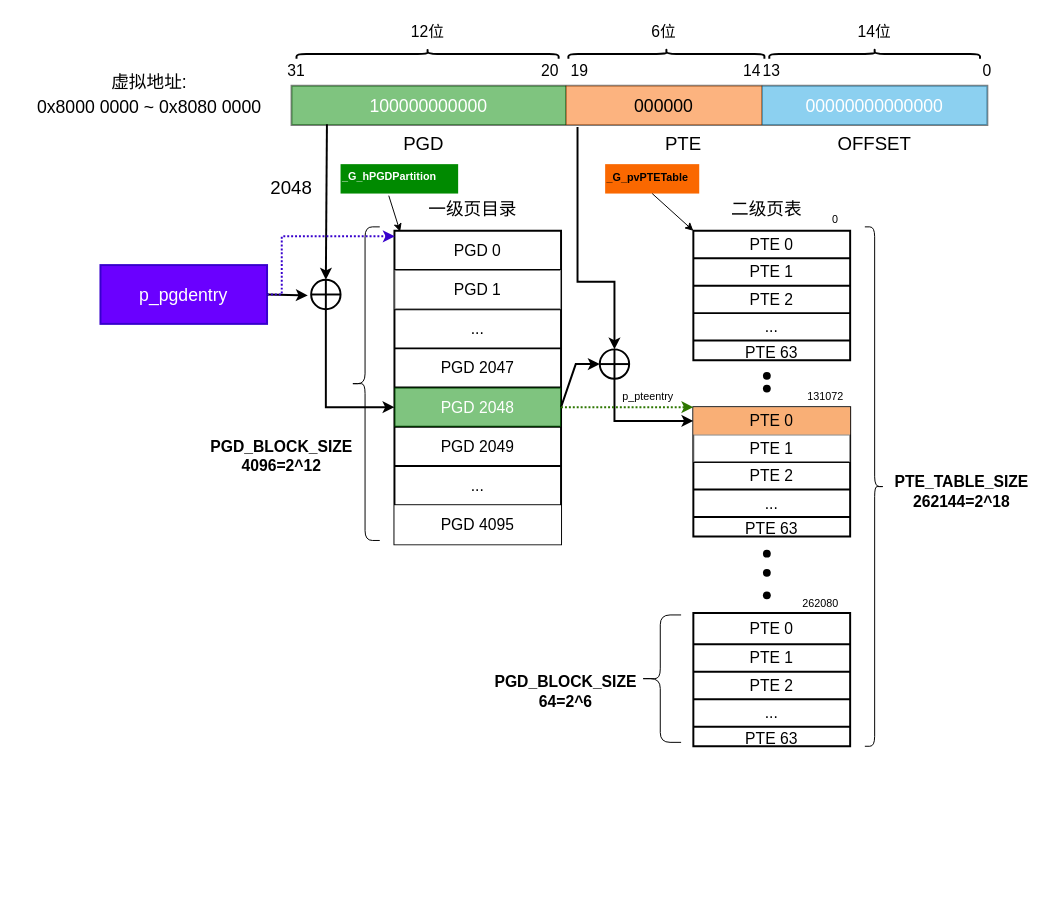
The draw.io diagram page "Page-21" (21 of 21) of draw/mips中断亲和度.drawio in peng-fan/drawio, before the edit. Source tidied: cells renumbered, new cells numbered last; positions are measured from the earlier drawing's top-left corner, leaving out a move shared by most shapes. Both pictures are drawn from the tidied source at 98%, with x=0, y=0 at pixel (17, -77).
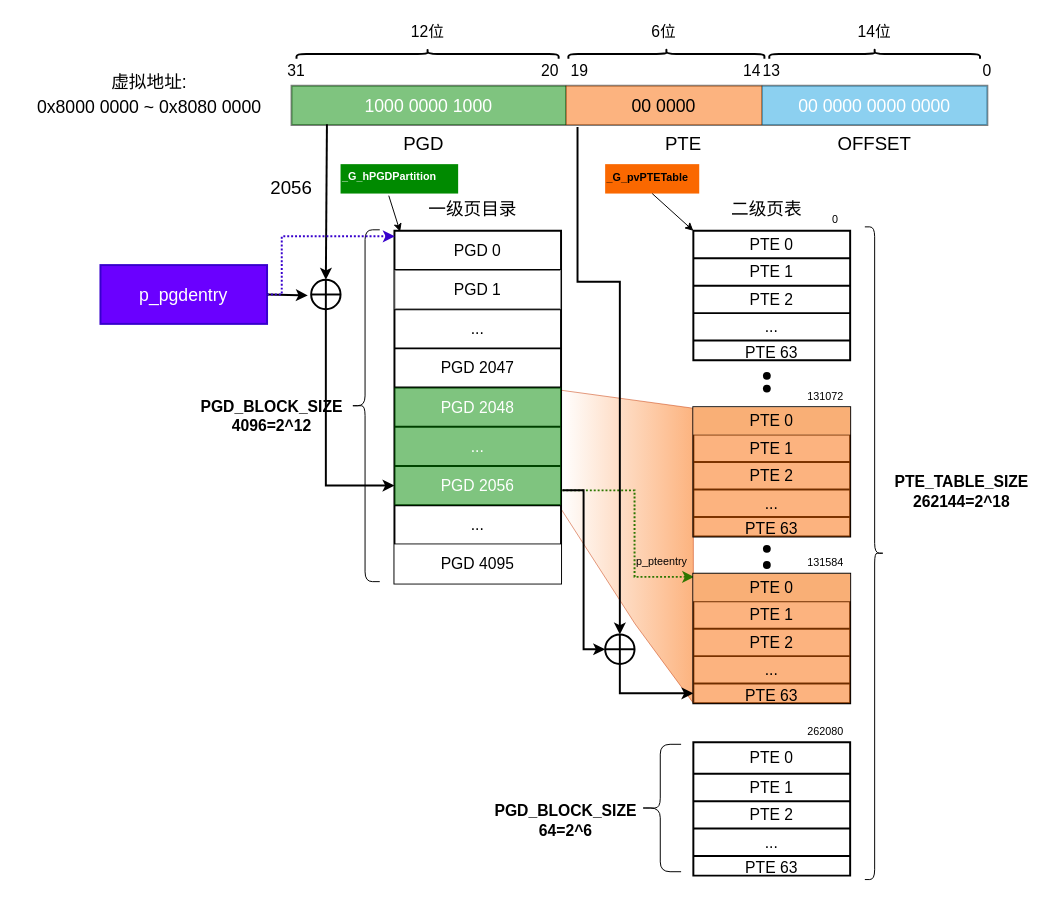
The same page after the edit.

Commit message (it also covers changes not shown here):
Update mips中断亲和度.drawio

The change refers to these unchanged cells:
```xml
<mxCell id="3" style="shape=partialRectangle;fillColor=none;top=0;left=0;bottom=0;right=0;points=[[0,0.5],[1,0.5]];portConstraint=eastwest;fontSize=20;strokeColor=default;strokeWidth=2;align=center;opacity=50;" parent="2" vertex="1">
  <mxGeometry width="710" height="40" as="geometry" />
</mxCell>
<mxCell id="31" style="shape=partialRectangle;fillColor=none;top=0;left=0;bottom=0;right=0;points=[[0,0.5],[1,0.5]];portConstraint=eastwest;fontSize=16;strokeColor=default;strokeWidth=2;align=center;" parent="22" vertex="1">
  <mxGeometry y="160" width="170" height="40" as="geometry" />
</mxCell>
<mxCell id="41" style="shape=orEllipse;perimeter=ellipsePerimeter;whiteSpace=wrap;html=1;backgroundOutline=1;fontSize=16;strokeColor=default;strokeWidth=2;fillColor=none;gradientColor=none;align=center;" parent="1" vertex="1">
  <mxGeometry x="300" y="364" width="30" height="30" as="geometry" />
</mxCell>
<mxCell id="62" style="shape=table;startSize=0;childLayout=tableLayout;fontSize=16;strokeColor=default;strokeWidth=2;fillColor=none;gradientColor=none;align=center;" parent="1" vertex="1">
  <mxGeometry x="690" y="494" width="160" height="132" as="geometry" />
</mxCell>
<mxCell id="63" style="shape=partialRectangle;top=0;left=0;bottom=0;right=0;points=[[0,0.5],[1,0.5]];portConstraint=eastwest;fontSize=16;strokeWidth=2;align=center;fillColor=#f9f7ed;strokeColor=#36393d;" parent="62" vertex="1">
  <mxGeometry width="160" height="28" as="geometry" />
</mxCell>
<mxCell id="65" style="shape=partialRectangle;fillColor=none;top=0;left=0;bottom=0;right=0;fontSize=16;strokeColor=default;strokeWidth=2;align=center;" parent="62" vertex="1">
  <mxGeometry y="28" width="160" height="28" as="geometry" />
</mxCell>
<mxCell id="69" style="shape=partialRectangle;fillColor=none;top=0;left=0;bottom=0;right=0;fontSize=16;strokeColor=default;strokeWidth=2;align=center;" parent="62" vertex="1">
  <mxGeometry y="84" width="160" height="28" as="geometry" />
</mxCell>
```

The edit, as a diff of the source:
```diff
@@
+    <mxCell id="106" style="verticalLabelPosition=bottom;verticalAlign=top;html=1;shape=mxgraph.basic.polygon;polyCoords=[[0,0.13],[0,0.13],[1,0.18],[1,0.75],[1,1],[0.56,0.78],[0,0.46],[0,0.25]];polyline=0;fontSize=11;strokeWidth=1;fillColor=#fa6800;fontColor=#000000;strokeColor=#C73500;gradientDirection=west;opacity=50;gradientColor=#ffffff;" parent="1" vertex="1">
+      <mxGeometry x="555" y="429" width="135" height="367" as="geometry" />
+    </mxCell>
@@
-    <mxCell id="4" value="&lt;font style=&quot;font-size: 18px&quot;&gt;100000000000&lt;/font&gt;" style="shape=partialRectangle;html=1;whiteSpace=wrap;overflow=hidden;fillColor=#008a00;top=0;left=0;bottom=0;right=0;fontSize=20;strokeColor=#005700;strokeWidth=2;align=center;opacity=50;fontColor=#ffffff;" parent="3" vertex="1">
+    <mxCell id="4" value="&lt;font style=&quot;font-size: 18px&quot;&gt;1000 0000 1000&lt;/font&gt;" style="shape=partialRectangle;html=1;whiteSpace=wrap;overflow=hidden;fillColor=#008a00;top=0;left=0;bottom=0;right=0;fontSize=20;strokeColor=#005700;strokeWidth=2;align=center;opacity=50;fontColor=#ffffff;" parent="3" vertex="1">
       <mxGeometry width="280" height="40" as="geometry" />
     </mxCell>
-    <mxCell id="5" value="&lt;font style=&quot;font-size: 18px&quot;&gt;000000&lt;/font&gt;" style="shape=partialRectangle;html=1;whiteSpace=wrap;overflow=hidden;fillColor=#fa6800;top=0;left=0;bottom=0;right=0;fontSize=20;strokeColor=#C73500;strokeWidth=2;align=center;opacity=50;fontColor=#000000;" parent="3" vertex="1">
+    <mxCell id="5" value="&lt;font style=&quot;font-size: 18px&quot;&gt;00 0000&lt;/font&gt;" style="shape=partialRectangle;html=1;whiteSpace=wrap;overflow=hidden;fillColor=#fa6800;top=0;left=0;bottom=0;right=0;fontSize=20;strokeColor=#C73500;strokeWidth=2;align=center;opacity=50;fontColor=#000000;" parent="3" vertex="1">
       <mxGeometry x="280" width="200" height="40" as="geometry" />
     </mxCell>
-    <mxCell id="6" value="&lt;font style=&quot;font-size: 18px&quot;&gt;00000000000000&lt;/font&gt;" style="shape=partialRectangle;html=1;whiteSpace=wrap;overflow=hidden;fillColor=#1ba1e2;top=0;left=0;bottom=0;right=0;fontSize=20;strokeColor=#006EAF;strokeWidth=2;align=center;opacity=50;fontColor=#ffffff;" parent="3" vertex="1">
+    <mxCell id="6" value="&lt;font style=&quot;font-size: 18px&quot;&gt;00 0000 0000 0000&lt;/font&gt;" style="shape=partialRectangle;html=1;whiteSpace=wrap;overflow=hidden;fillColor=#1ba1e2;top=0;left=0;bottom=0;right=0;fontSize=20;strokeColor=#006EAF;strokeWidth=2;align=center;opacity=50;fontColor=#ffffff;" parent="3" vertex="1">
       <mxGeometry x="480" width="230" height="40" as="geometry" />
     </mxCell>
@@
     <mxCell id="22" style="shape=table;startSize=0;childLayout=tableLayout;fontSize=16;strokeColor=default;strokeWidth=2;fillColor=default;align=center;swimlaneFillColor=none;" parent="1" vertex="1">
-      <mxGeometry x="385" y="314" width="170" height="320" as="geometry" />
+      <mxGeometry x="385" y="314" width="170" height="360" as="geometry" />
     </mxCell>
@@
+    <mxCell id="107" style="shape=partialRectangle;fillColor=none;top=0;left=0;bottom=0;right=0;fontSize=16;strokeColor=default;strokeWidth=2;align=center;" parent="22" vertex="1">
+      <mxGeometry y="200" width="170" height="40" as="geometry" />
+    </mxCell>
+    <mxCell id="108" value="&lt;span&gt;...&lt;/span&gt;" style="shape=partialRectangle;html=1;whiteSpace=wrap;overflow=hidden;fillColor=#008a00;top=0;left=0;bottom=0;right=0;fontSize=16;strokeColor=#005700;strokeWidth=2;align=center;fontColor=#ffffff;opacity=50;" parent="107" vertex="1">
+      <mxGeometry width="170" height="40" as="geometry" />
+    </mxCell>
     <mxCell id="33" style="shape=partialRectangle;fillColor=none;top=0;left=0;bottom=0;right=0;points=[[0,0.5],[1,0.5]];portConstraint=eastwest;fontSize=16;strokeColor=default;strokeWidth=2;align=center;" parent="22" vertex="1">
-      <mxGeometry y="200" width="170" height="40" as="geometry" />
+      <mxGeometry y="240" width="170" height="40" as="geometry" />
     </mxCell>
-    <mxCell id="34" value="PGD 2049" style="shape=partialRectangle;html=1;whiteSpace=wrap;overflow=hidden;fillColor=none;top=0;left=0;bottom=0;right=0;fontSize=16;strokeColor=default;strokeWidth=2;align=center;" parent="33" vertex="1">
+    <mxCell id="34" value="PGD 2056" style="shape=partialRectangle;html=1;whiteSpace=wrap;overflow=hidden;fillColor=#008a00;top=0;left=0;bottom=0;right=0;fontSize=16;strokeColor=#005700;strokeWidth=2;align=center;fontColor=#ffffff;opacity=50;" parent="33" vertex="1">
       <mxGeometry width="170" height="40" as="geometry" />
     </mxCell>
     <mxCell id="35" style="shape=partialRectangle;fillColor=none;top=0;left=0;bottom=0;right=0;fontSize=16;strokeColor=default;strokeWidth=2;align=center;" parent="22" vertex="1">
-      <mxGeometry y="240" width="170" height="40" as="geometry" />
+      <mxGeometry y="280" width="170" height="40" as="geometry" />
     </mxCell>
@@
     <mxCell id="37" style="shape=partialRectangle;fillColor=none;top=0;left=0;bottom=0;right=0;fontSize=16;strokeColor=default;strokeWidth=2;align=center;" parent="22" vertex="1">
-      <mxGeometry y="280" width="170" height="40" as="geometry" />
+      <mxGeometry y="320" width="170" height="40" as="geometry" />
     </mxCell>
@@
     <mxCell id="39" style="shape=curlyBracket;whiteSpace=wrap;html=1;rounded=1;fontSize=16;strokeColor=default;strokeWidth=1;fillColor=none;gradientColor=none;align=center;size=0.5;" parent="1" vertex="1">
-      <mxGeometry x="340" y="310" width="30" height="320" as="geometry" />
+      <mxGeometry x="340" y="313" width="30" height="359" as="geometry" />
     </mxCell>
     <mxCell id="40" value="&lt;b&gt;PGD_BLOCK_SIZE&lt;br&gt;4096=2^12&lt;/b&gt;" style="text;html=1;strokeColor=none;fillColor=none;align=center;verticalAlign=middle;whiteSpace=wrap;rounded=0;fontSize=16;" parent="1" vertex="1">
-      <mxGeometry x="200" y="522.5" width="140" height="42" as="geometry" />
+      <mxGeometry x="190" y="482" width="140" height="42" as="geometry" />
     </mxCell>
@@
-    <mxCell id="44" style="endArrow=classic;html=1;rounded=0;fontSize=16;strokeWidth=2;exitX=0.5;exitY=1;exitDx=0;exitDy=0;entryX=0;entryY=0.5;entryDx=0;entryDy=0;" parent="1" edge="1" source="41" target="31">
+    <mxCell id="44" style="endArrow=classic;html=1;rounded=0;fontSize=16;strokeWidth=2;exitX=0.5;exitY=1;exitDx=0;exitDy=0;entryX=0;entryY=0.5;entryDx=0;entryDy=0;" parent="1" edge="1" source="41" target="33">
       <mxGeometry relative="1" as="geometry">
         <Array as="points">
-          <mxPoint x="315" y="494" />
+          <mxPoint x="315" y="574" />
         </Array>
       </mxGeometry>
     </mxCell>
@@
-    <mxCell id="49" value="2048" style="text;html=1;strokeColor=none;fillColor=none;align=center;verticalAlign=middle;whiteSpace=wrap;rounded=0;fontSize=19;" parent="1" vertex="1">
+    <mxCell id="49" value="2056" style="text;html=1;strokeColor=none;fillColor=none;align=center;verticalAlign=middle;whiteSpace=wrap;rounded=0;fontSize=19;" parent="1" vertex="1">
       <mxGeometry x="250" y="256" width="60" height="30" as="geometry" />
     </mxCell>
@@
-    <mxCell id="66" value="&lt;span&gt;PTE 1&lt;/span&gt;" style="shape=partialRectangle;html=1;whiteSpace=wrap;overflow=hidden;top=0;left=0;bottom=0;right=0;fontSize=16;strokeWidth=2;align=center;opacity=50;" parent="65" vertex="1">
+    <mxCell id="66" value="&lt;span&gt;PTE 1&lt;/span&gt;" style="shape=partialRectangle;html=1;whiteSpace=wrap;overflow=hidden;top=0;left=0;bottom=0;right=0;fontSize=16;strokeWidth=2;align=center;opacity=50;fillColor=#fa6800;fontColor=#000000;strokeColor=#C73500;" parent="65" vertex="1">
       <mxGeometry width="160" height="28" as="geometry" />
     </mxCell>
-    <mxCell id="67" style="shape=partialRectangle;fillColor=none;top=0;left=0;bottom=0;right=0;fontSize=16;strokeColor=default;strokeWidth=2;align=center;" parent="62" vertex="1">
+    <mxCell id="67" style="shape=partialRectangle;fillColor=#fa6800;top=0;left=0;bottom=0;right=0;fontSize=16;strokeColor=#C73500;strokeWidth=2;align=center;fontColor=#000000;opacity=50;" parent="62" vertex="1">
       <mxGeometry y="56" width="160" height="28" as="geometry" />
     </mxCell>
@@
-    <mxCell id="70" value="..." style="shape=partialRectangle;html=1;whiteSpace=wrap;overflow=hidden;fillColor=none;top=0;left=0;bottom=0;right=0;fontSize=16;strokeColor=default;strokeWidth=2;align=center;" parent="69" vertex="1">
+    <mxCell id="70" value="..." style="shape=partialRectangle;html=1;whiteSpace=wrap;overflow=hidden;fillColor=#fa6800;top=0;left=0;bottom=0;right=0;fontSize=16;strokeColor=#C73500;strokeWidth=2;align=center;fontColor=#000000;opacity=50;" parent="69" vertex="1">
       <mxGeometry width="160" height="28" as="geometry" />
     </mxCell>
-    <mxCell id="71" style="shape=partialRectangle;fillColor=none;top=0;left=0;bottom=0;right=0;fontSize=16;strokeColor=default;strokeWidth=2;align=center;" parent="62" vertex="1">
+    <mxCell id="71" style="shape=partialRectangle;fillColor=#fa6800;top=0;left=0;bottom=0;right=0;fontSize=16;strokeColor=#C73500;strokeWidth=2;align=center;fontColor=#000000;opacity=50;" parent="62" vertex="1">
       <mxGeometry y="112" width="160" height="20" as="geometry" />
     </mxCell>
@@
     <mxCell id="73" style="shape=table;startSize=0;childLayout=tableLayout;fontSize=16;strokeWidth=2;align=center;gradientDirection=west;" parent="1" vertex="1">
-      <mxGeometry x="690" y="704" width="160" height="136" as="geometry" />
+      <mxGeometry x="690" y="836" width="160" height="136" as="geometry" />
     </mxCell>
@@
     <mxCell id="84" style="shape=waypoint;sketch=0;fillStyle=solid;size=6;fillColor=none;perimeter=centerPerimeter;fontSize=16;strokeColor=default;strokeWidth=2;align=center;" parent="1" vertex="1">
-      <mxGeometry x="745" y="623.5" width="40" height="40" as="geometry" />
+      <mxGeometry x="745" y="618.5" width="40" height="40" as="geometry" />
     </mxCell>
-    <mxCell id="85" style="shape=waypoint;sketch=0;fillStyle=solid;size=6;fillColor=none;perimeter=centerPerimeter;fontSize=16;strokeColor=default;strokeWidth=2;align=center;" parent="1" vertex="1">
-      <mxGeometry x="745" y="643" width="40" height="40" as="geometry" />
-    </mxCell>
     <mxCell id="86" style="shape=waypoint;sketch=0;fillStyle=solid;size=6;fillColor=none;perimeter=centerPerimeter;fontSize=16;strokeColor=default;strokeWidth=2;align=center;" parent="1" vertex="1">
-      <mxGeometry x="745" y="666" width="40" height="40" as="geometry" />
+      <mxGeometry x="745" y="635" width="40" height="40" as="geometry" />
     </mxCell>
     <mxCell id="87" style="shape=curlyBracket;whiteSpace=wrap;html=1;rounded=1;flipH=1;fontSize=16;strokeColor=default;strokeWidth=1;fillColor=none;gradientColor=none;align=center;rotation=-180;" parent="1" vertex="1">
-      <mxGeometry x="635" y="706" width="42.5" height="130" as="geometry" />
+      <mxGeometry x="635" y="838" width="42.5" height="130" as="geometry" />
     </mxCell>
     <mxCell id="88" style="shape=curlyBracket;whiteSpace=wrap;html=1;rounded=1;flipH=1;fontSize=16;strokeColor=default;strokeWidth=1;fillColor=none;gradientColor=none;align=center;" parent="1" vertex="1">
-      <mxGeometry x="865" y="310" width="20" height="530" as="geometry" />
+      <mxGeometry x="865" y="310" width="20" height="666" as="geometry" />
     </mxCell>
@@
     <mxCell id="90" value="&lt;b&gt;PGD_BLOCK_SIZE&lt;br&gt;64=2^6&lt;/b&gt;" style="text;html=1;strokeColor=none;fillColor=none;align=center;verticalAlign=middle;whiteSpace=wrap;rounded=0;fontSize=16;" parent="1" vertex="1">
-      <mxGeometry x="490" y="769" width="140" height="30" as="geometry" />
+      <mxGeometry x="490" y="901" width="140" height="30" as="geometry" />
     </mxCell>
-    <mxCell id="91" style="edgeStyle=orthogonalEdgeStyle;rounded=0;jettySize=auto;html=1;exitX=0.5;exitY=1;exitDx=0;exitDy=0;entryX=0;entryY=0.5;entryDx=0;entryDy=0;fontSize=11;strokeWidth=2;" parent="1" edge="1" source="92" target="63">
+    <mxCell id="91" style="edgeStyle=orthogonalEdgeStyle;rounded=0;jettySize=auto;html=1;exitX=0.5;exitY=1;exitDx=0;exitDy=0;entryX=0;entryY=0.5;entryDx=0;entryDy=0;fontSize=11;strokeWidth=2;" parent="1" edge="1" source="92" target="118">
       <mxGeometry relative="1" as="geometry" />
     </mxCell>
     <mxCell id="92" style="shape=orEllipse;perimeter=ellipsePerimeter;whiteSpace=wrap;html=1;backgroundOutline=1;fontSize=16;strokeColor=default;strokeWidth=2;fillColor=none;gradientColor=none;align=center;" parent="1" vertex="1">
-      <mxGeometry x="594.5" y="435" width="30" height="30" as="geometry" />
+      <mxGeometry x="600" y="726" width="30" height="30" as="geometry" />
     </mxCell>
-    <mxCell id="93" style="endArrow=classic;html=1;rounded=0;fontSize=16;strokeWidth=2;entryX=0;entryY=0.5;entryDx=0;entryDy=0;exitX=1;exitY=0.5;exitDx=0;exitDy=0;" parent="1" edge="1" source="31" target="92">
-      <mxGeometry relative="1" as="geometry">
-        <Array as="points">
-          <mxPoint x="570" y="450" />
-        </Array>
-      </mxGeometry>
-    </mxCell>
-    <mxCell id="94" style="edgeStyle=elbowEdgeStyle;elbow=horizontal;endArrow=classic;html=1;rounded=0;dashed=1;dashPattern=1 1;fontSize=16;strokeWidth=2;entryX=0;entryY=0;entryDx=0;entryDy=0;fillColor=#60a917;strokeColor=#2D7600;exitX=1;exitY=0.5;exitDx=0;exitDy=0;" parent="1" edge="1" source="31" target="62">
+    <mxCell id="94" style="edgeStyle=elbowEdgeStyle;elbow=horizontal;endArrow=classic;html=1;rounded=0;dashed=1;dashPattern=1 1;fontSize=16;strokeWidth=2;entryX=0.005;entryY=0.113;entryDx=0;entryDy=0;fillColor=#60a917;strokeColor=#2D7600;exitX=1.008;exitY=0.622;exitDx=0;exitDy=0;exitPerimeter=0;entryPerimeter=0;" parent="1" edge="1" source="33" target="110">
       <mxGeometry relative="1" as="geometry">
         <Array as="points">
-          <mxPoint x="630" y="490" />
+          <mxPoint x="630" y="579" />
         </Array>
       </mxGeometry>
     </mxCell>
@@
     <mxCell id="100" value="p_pteentry" style="text;whiteSpace=wrap;html=1;fontSize=11;" parent="1" vertex="1">
-      <mxGeometry x="616" y="470" width="80" height="30" as="geometry" />
+      <mxGeometry x="630" y="639" width="80" height="30" as="geometry" />
     </mxCell>
@@
     <mxCell id="105" value="262080" style="text;html=1;strokeColor=none;fillColor=none;align=center;verticalAlign=middle;whiteSpace=wrap;rounded=0;fontSize=11;" parent="1" vertex="1">
-      <mxGeometry x="795" y="679" width="50" height="30" as="geometry" />
+      <mxGeometry x="800" y="810" width="50" height="30" as="geometry" />
     </mxCell>
+    <mxCell id="109" style="shape=table;startSize=0;childLayout=tableLayout;fontSize=16;strokeColor=default;strokeWidth=2;fillColor=none;gradientColor=none;align=center;" parent="1" vertex="1">
+      <mxGeometry x="690" y="664" width="160" height="132" as="geometry" />
+    </mxCell>
+    <mxCell id="110" style="shape=partialRectangle;top=0;left=0;bottom=0;right=0;points=[[0,0.5],[1,0.5]];portConstraint=eastwest;fontSize=16;strokeWidth=2;align=center;fillColor=#f9f7ed;strokeColor=#36393d;" parent="109" vertex="1">
+      <mxGeometry width="160" height="28" as="geometry" />
+    </mxCell>
+    <mxCell id="111" value="PTE 0" style="shape=partialRectangle;html=1;whiteSpace=wrap;overflow=hidden;top=0;left=0;bottom=0;right=0;fontSize=16;strokeWidth=2;align=center;opacity=50;fillColor=#fa6800;fontColor=#000000;strokeColor=#C73500;" parent="110" vertex="1">
+      <mxGeometry width="160" height="28" as="geometry" />
+    </mxCell>
+    <mxCell id="112" style="shape=partialRectangle;fillColor=none;top=0;left=0;bottom=0;right=0;fontSize=16;strokeColor=default;strokeWidth=2;align=center;" parent="109" vertex="1">
+      <mxGeometry y="28" width="160" height="28" as="geometry" />
+    </mxCell>
+    <mxCell id="113" value="&lt;span&gt;PTE 1&lt;/span&gt;" style="shape=partialRectangle;html=1;whiteSpace=wrap;overflow=hidden;top=0;left=0;bottom=0;right=0;fontSize=16;strokeWidth=2;align=center;opacity=50;fillColor=#fa6800;fontColor=#000000;strokeColor=#C73500;" parent="112" vertex="1">
+      <mxGeometry width="160" height="28" as="geometry" />
+    </mxCell>
+    <mxCell id="114" style="shape=partialRectangle;fillColor=none;top=0;left=0;bottom=0;right=0;fontSize=16;strokeColor=default;strokeWidth=2;align=center;" parent="109" vertex="1">
+      <mxGeometry y="56" width="160" height="28" as="geometry" />
+    </mxCell>
+    <mxCell id="115" value="&lt;span&gt;PTE 2&lt;/span&gt;" style="shape=partialRectangle;html=1;whiteSpace=wrap;overflow=hidden;fillColor=#fa6800;top=0;left=0;bottom=0;right=0;fontSize=16;strokeColor=#C73500;strokeWidth=2;align=center;fontColor=#000000;opacity=50;" parent="114" vertex="1">
+      <mxGeometry width="160" height="28" as="geometry" />
+    </mxCell>
+    <mxCell id="116" style="shape=partialRectangle;fillColor=none;top=0;left=0;bottom=0;right=0;fontSize=16;strokeColor=default;strokeWidth=2;align=center;" parent="109" vertex="1">
+      <mxGeometry y="84" width="160" height="28" as="geometry" />
+    </mxCell>
+    <mxCell id="117" value="..." style="shape=partialRectangle;html=1;whiteSpace=wrap;overflow=hidden;fillColor=#fa6800;top=0;left=0;bottom=0;right=0;fontSize=16;strokeColor=#C73500;strokeWidth=2;align=center;fontColor=#000000;opacity=50;" parent="116" vertex="1">
+      <mxGeometry width="160" height="28" as="geometry" />
+    </mxCell>
+    <mxCell id="118" style="shape=partialRectangle;fillColor=none;top=0;left=0;bottom=0;right=0;points=[[0,0.5],[1,0.5]];portConstraint=eastwest;fontSize=16;strokeColor=default;strokeWidth=2;align=center;" parent="109" vertex="1">
+      <mxGeometry y="112" width="160" height="20" as="geometry" />
+    </mxCell>
+    <mxCell id="119" value="&lt;span&gt;PTE 63&lt;/span&gt;" style="shape=partialRectangle;html=1;whiteSpace=wrap;overflow=hidden;fillColor=#fa6800;top=0;left=0;bottom=0;right=0;fontSize=16;strokeColor=#C73500;strokeWidth=2;align=center;fontColor=#000000;opacity=50;" parent="118" vertex="1">
+      <mxGeometry width="160" height="20" as="geometry" />
+    </mxCell>
+    <mxCell id="120" value="131584" style="text;html=1;strokeColor=none;fillColor=none;align=center;verticalAlign=middle;whiteSpace=wrap;rounded=0;fontSize=11;" parent="1" vertex="1">
+      <mxGeometry x="800" y="638" width="50" height="30" as="geometry" />
+    </mxCell>
+    <mxCell id="121" style="edgeStyle=elbowEdgeStyle;elbow=horizontal;endArrow=classic;html=1;rounded=0;fontSize=11;strokeWidth=2;exitX=1.008;exitY=0.743;exitDx=0;exitDy=0;exitPerimeter=0;entryX=0;entryY=0.5;entryDx=0;entryDy=0;" parent="1" edge="1" target="92">
+      <mxGeometry relative="1" as="geometry">
+        <mxPoint x="556.4" y="578.7" as="sourcePoint" />
+      </mxGeometry>
+    </mxCell>
```
